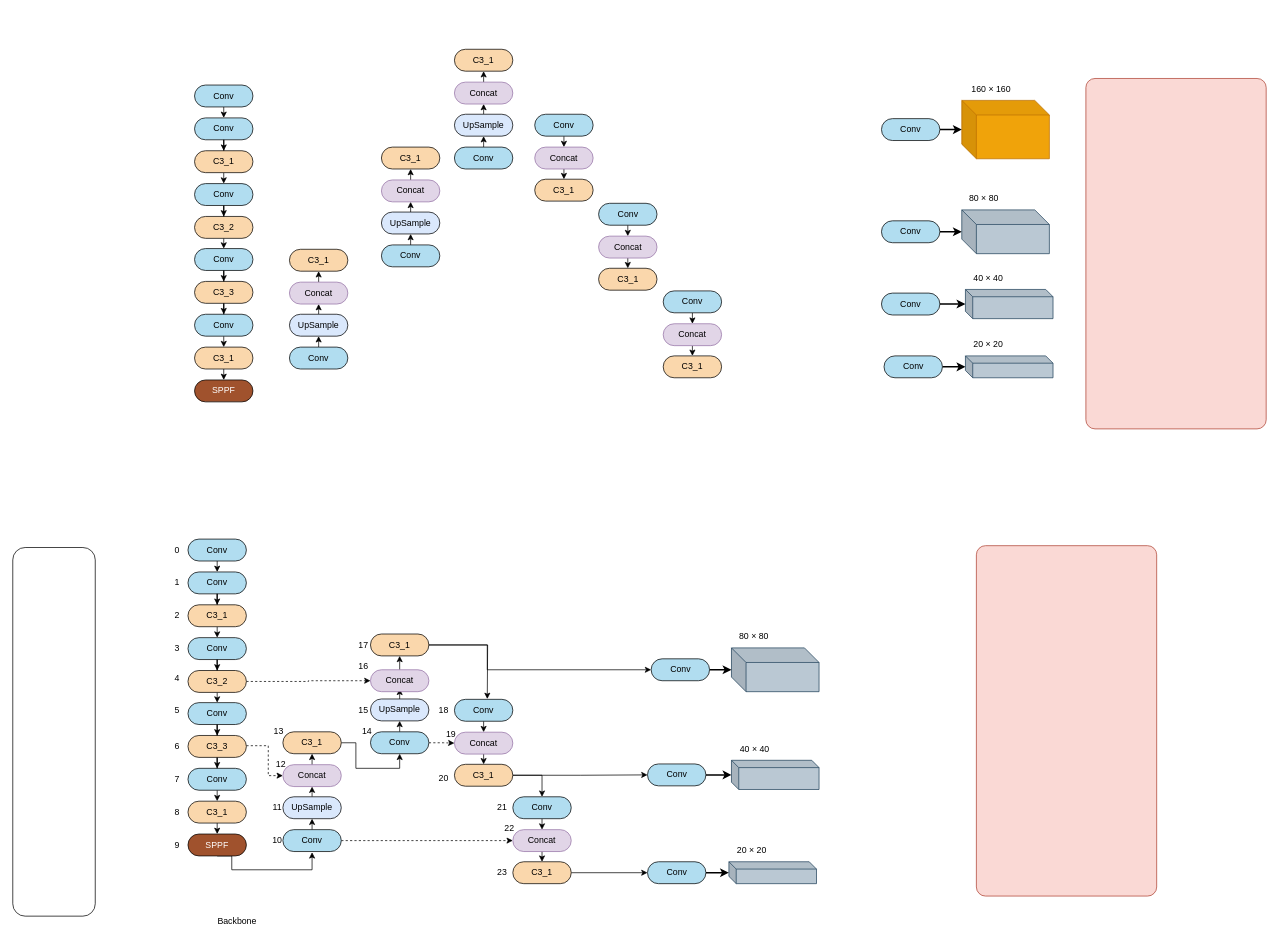
ClarkArden/drawio_repository keeps this draw.io diagram as 未命名绘图.drawio. Above is the earlier version. Source tidied: cells renumbered, new cells numbered last; positions are measured from the earlier drawing's top-left corner, leaving out a move shared by most shapes. Both pictures are drawn from the tidied source at 73%, with x=0, y=0 at pixel (12, 49).
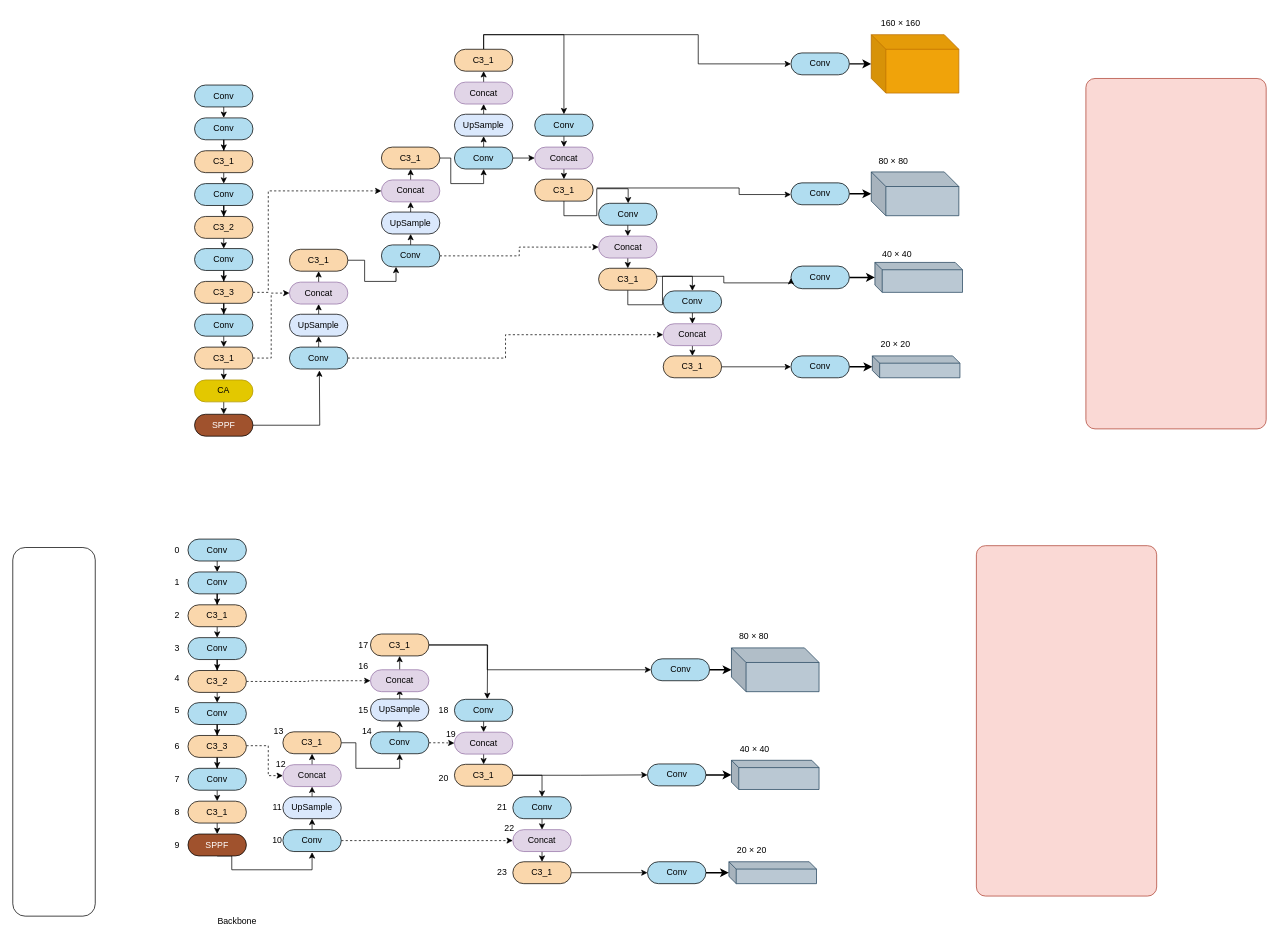
Above is the later version.

Commit message:
更新未命名绘图.drawio

The change refers to these unchanged cells:
```xml
<mxCell id="33" value="C3_3" style="rounded=1;whiteSpace=wrap;html=1;fillColor=#fad7ac;arcSize=50;strokeColor=default;labelBorderColor=none;" parent="1" vertex="1">
  <mxGeometry x="249" y="318" width="80" height="30" as="geometry" />
</mxCell>
<mxCell id="37" value="C3_1" style="rounded=1;whiteSpace=wrap;html=1;fillColor=#fad7ac;arcSize=50;strokeColor=default;labelBorderColor=none;" parent="1" vertex="1">
  <mxGeometry x="249" y="408" width="80" height="30" as="geometry" />
</mxCell>
<mxCell id="40" value="Conv" style="rounded=1;whiteSpace=wrap;html=1;fillColor=#b1ddf0;strokeColor=default;arcSize=50;labelBorderColor=none;" parent="1" vertex="1">
  <mxGeometry x="379" y="408" width="80" height="30" as="geometry" />
</mxCell>
<mxCell id="44" value="Concat" style="rounded=1;whiteSpace=wrap;html=1;fillColor=#e1d5e7;strokeColor=#9673a6;arcSize=50;labelBorderColor=none;" parent="1" vertex="1">
  <mxGeometry x="379" y="319" width="80" height="30" as="geometry" />
</mxCell>
<mxCell id="45" value="C3_1" style="rounded=1;whiteSpace=wrap;html=1;fillColor=#fad7ac;arcSize=50;strokeColor=default;labelBorderColor=none;" parent="1" vertex="1">
  <mxGeometry x="379" y="274" width="80" height="30" as="geometry" />
</mxCell>
<mxCell id="47" value="Conv" style="rounded=1;whiteSpace=wrap;html=1;fillColor=#b1ddf0;strokeColor=default;arcSize=50;labelBorderColor=none;" parent="1" vertex="1">
  <mxGeometry x="505" y="268" width="80" height="30" as="geometry" />
</mxCell>
<mxCell id="51" value="Concat" style="rounded=1;whiteSpace=wrap;html=1;fillColor=#e1d5e7;strokeColor=#9673a6;arcSize=50;labelBorderColor=none;" parent="1" vertex="1">
  <mxGeometry x="505" y="179" width="80" height="30" as="geometry" />
</mxCell>
<mxCell id="52" value="C3_1" style="rounded=1;whiteSpace=wrap;html=1;fillColor=#fad7ac;arcSize=50;strokeColor=default;labelBorderColor=none;" parent="1" vertex="1">
  <mxGeometry x="505" y="134" width="80" height="30" as="geometry" />
</mxCell>
<mxCell id="54" value="Conv" style="rounded=1;whiteSpace=wrap;html=1;fillColor=#b1ddf0;strokeColor=default;arcSize=50;labelBorderColor=none;" parent="1" vertex="1">
  <mxGeometry x="605" y="134" width="80" height="30" as="geometry" />
</mxCell>
<mxCell id="59" value="C3_1" style="rounded=1;whiteSpace=wrap;html=1;fillColor=#fad7ac;arcSize=50;strokeColor=default;labelBorderColor=none;" parent="1" vertex="1">
  <mxGeometry x="605" width="80" height="30" as="geometry" />
</mxCell>
<mxCell id="61" value="Conv" style="rounded=1;whiteSpace=wrap;html=1;fillColor=#b1ddf0;strokeColor=default;arcSize=50;labelBorderColor=none;" parent="1" vertex="1">
  <mxGeometry x="715" y="89" width="80" height="30" as="geometry" />
</mxCell>
<mxCell id="63" value="Concat" style="rounded=1;whiteSpace=wrap;html=1;fillColor=#e1d5e7;strokeColor=#9673a6;arcSize=50;labelBorderColor=none;" parent="1" vertex="1">
  <mxGeometry x="715" y="134" width="80" height="30" as="geometry" />
</mxCell>
<mxCell id="64" value="C3_1" style="rounded=1;whiteSpace=wrap;html=1;fillColor=#fad7ac;arcSize=50;strokeColor=default;labelBorderColor=none;" parent="1" vertex="1">
  <mxGeometry x="715" y="178" width="80" height="30" as="geometry" />
</mxCell>
<mxCell id="66" value="Conv" style="rounded=1;whiteSpace=wrap;html=1;fillColor=#b1ddf0;strokeColor=default;arcSize=50;labelBorderColor=none;" parent="1" vertex="1">
  <mxGeometry x="802.5" y="211" width="80" height="30" as="geometry" />
</mxCell>
<mxCell id="68" value="Concat" style="rounded=1;whiteSpace=wrap;html=1;fillColor=#e1d5e7;strokeColor=#9673a6;arcSize=50;labelBorderColor=none;" parent="1" vertex="1">
  <mxGeometry x="802.5" y="256" width="80" height="30" as="geometry" />
</mxCell>
<mxCell id="69" value="C3_1" style="rounded=1;whiteSpace=wrap;html=1;fillColor=#fad7ac;arcSize=50;strokeColor=default;labelBorderColor=none;" parent="1" vertex="1">
  <mxGeometry x="802.5" y="300" width="80" height="30" as="geometry" />
</mxCell>
<mxCell id="71" value="Conv" style="rounded=1;whiteSpace=wrap;html=1;fillColor=#b1ddf0;strokeColor=default;arcSize=50;labelBorderColor=none;" parent="1" vertex="1">
  <mxGeometry x="891" y="331" width="80" height="30" as="geometry" />
</mxCell>
<mxCell id="73" value="Concat" style="rounded=1;whiteSpace=wrap;html=1;fillColor=#e1d5e7;strokeColor=#9673a6;arcSize=50;labelBorderColor=none;" parent="1" vertex="1">
  <mxGeometry x="891" y="376" width="80" height="30" as="geometry" />
</mxCell>
<mxCell id="74" value="C3_1" style="rounded=1;whiteSpace=wrap;html=1;fillColor=#fad7ac;arcSize=50;strokeColor=default;labelBorderColor=none;" parent="1" vertex="1">
  <mxGeometry x="891" y="420" width="80" height="30" as="geometry" />
</mxCell>
```

The edit, as a diff of the source:
```diff
@@
     <mxCell id="4" style="shape=cube;whiteSpace=wrap;html=1;boundedLbl=1;backgroundOutline=1;darkOpacity=0.05;darkOpacity2=0.1;size=20;fillColor=#f0a30a;strokeColor=#BD7000;fontColor=#000000;" parent="1" vertex="1">
-      <mxGeometry x="1300" y="70" width="120" height="80" as="geometry" />
+      <mxGeometry x="1176" y="-20" width="120" height="80" as="geometry" />
     </mxCell>
     <mxCell id="5" style="shape=cube;whiteSpace=wrap;html=1;boundedLbl=1;backgroundOutline=1;darkOpacity=0.05;darkOpacity2=0.1;size=20;fillColor=#bac8d3;strokeColor=#23445d;" parent="1" vertex="1">
-      <mxGeometry x="1300" y="220" width="120" height="60" as="geometry" />
+      <mxGeometry x="1176" y="168" width="120" height="60" as="geometry" />
     </mxCell>
     <mxCell id="6" style="shape=cube;whiteSpace=wrap;html=1;boundedLbl=1;backgroundOutline=1;darkOpacity=0.05;darkOpacity2=0.1;size=10;fillColor=#bac8d3;strokeColor=#23445d;" parent="1" vertex="1">
-      <mxGeometry x="1305" y="329" width="120" height="40" as="geometry" />
+      <mxGeometry x="1181" y="292" width="120" height="41" as="geometry" />
     </mxCell>
     <mxCell id="7" style="shape=cube;whiteSpace=wrap;html=1;boundedLbl=1;backgroundOutline=1;darkOpacity=0.05;darkOpacity2=0.1;size=10;fillColor=#bac8d3;strokeColor=#23445d;" parent="1" vertex="1">
-      <mxGeometry x="1305" y="420" width="120" height="30" as="geometry" />
+      <mxGeometry x="1177.5" y="420" width="120" height="30" as="geometry" />
     </mxCell>
     <mxCell id="8" value="20 × 20" style="text;html=1;align=center;verticalAlign=middle;strokeColor=none;fillColor=none;" parent="1" vertex="1">
-      <mxGeometry x="1306" y="390" width="60" height="30" as="geometry" />
+      <mxGeometry x="1178.5" y="390" width="60" height="30" as="geometry" />
     </mxCell>
     <mxCell id="9" value="40 × 40" style="text;html=1;align=center;verticalAlign=middle;strokeColor=none;fillColor=none;" parent="1" vertex="1">
-      <mxGeometry x="1306" y="299" width="60" height="30" as="geometry" />
+      <mxGeometry x="1181" y="266" width="60" height="30" as="geometry" />
     </mxCell>
     <mxCell id="10" value="160 × 160" style="text;html=1;align=center;verticalAlign=middle;strokeColor=none;fillColor=none;" parent="1" vertex="1">
-      <mxGeometry x="1300" y="40" width="80" height="30" as="geometry" />
+      <mxGeometry x="1176" y="-50" width="80" height="30" as="geometry" />
     </mxCell>
     <mxCell id="11" value="80 × 80" style="text;html=1;align=center;verticalAlign=middle;strokeColor=none;fillColor=none;" parent="1" vertex="1">
-      <mxGeometry x="1300" y="190" width="60" height="30" as="geometry" />
+      <mxGeometry x="1176" y="138" width="60" height="30" as="geometry" />
     </mxCell>
@@
     <mxCell id="13" value="Conv" style="rounded=1;whiteSpace=wrap;html=1;fillColor=#b1ddf0;strokeColor=default;arcSize=50;" parent="1" vertex="1">
-      <mxGeometry x="1190" y="95" width="80" height="30" as="geometry" />
+      <mxGeometry x="1066" y="5" width="80" height="30" as="geometry" />
     </mxCell>
@@
     <mxCell id="15" value="Conv" style="rounded=1;whiteSpace=wrap;html=1;fillColor=#b1ddf0;strokeColor=default;arcSize=50;" parent="1" vertex="1">
-      <mxGeometry x="1193.5" y="420" width="80" height="30" as="geometry" />
+      <mxGeometry x="1066" y="420" width="80" height="30" as="geometry" />
     </mxCell>
@@
     <mxCell id="17" value="Conv" style="rounded=1;whiteSpace=wrap;html=1;fillColor=#b1ddf0;strokeColor=default;arcSize=50;" parent="1" vertex="1">
-      <mxGeometry x="1190" y="334" width="80" height="30" as="geometry" />
+      <mxGeometry x="1066" y="297" width="80" height="31" as="geometry" />
     </mxCell>
@@
     <mxCell id="19" value="Conv" style="rounded=1;whiteSpace=wrap;html=1;fillColor=#b1ddf0;strokeColor=default;arcSize=50;" parent="1" vertex="1">
-      <mxGeometry x="1190" y="235" width="80" height="30" as="geometry" />
+      <mxGeometry x="1066" y="183" width="80" height="30" as="geometry" />
     </mxCell>
@@
+    <mxCell id="167" style="edgeStyle=orthogonalEdgeStyle;rounded=0;jettySize=auto;html=1;entryX=0;entryY=0.5;entryDx=0;entryDy=0;dashed=1;" parent="1" edge="1" source="33" target="51">
+      <mxGeometry relative="1" as="geometry">
+        <Array as="points">
+          <mxPoint x="350" y="333" />
+          <mxPoint x="350" y="194" />
+        </Array>
+      </mxGeometry>
+    </mxCell>
@@
+    <mxCell id="168" style="edgeStyle=orthogonalEdgeStyle;rounded=0;jettySize=auto;html=1;entryX=0;entryY=0.5;entryDx=0;entryDy=0;dashed=1;" parent="1" edge="1" source="37" target="44">
+      <mxGeometry relative="1" as="geometry" />
+    </mxCell>
@@
+    <mxCell id="169" style="edgeStyle=orthogonalEdgeStyle;rounded=0;jettySize=auto;html=1;exitX=0.5;exitY=1;exitDx=0;exitDy=0;entryX=0.5;entryY=0;entryDx=0;entryDy=0;" parent="1" edge="1" source="38" target="183">
+      <mxGeometry relative="1" as="geometry" />
+    </mxCell>
-    <mxCell id="38" value="SPPF" style="rounded=1;whiteSpace=wrap;html=1;fillColor=#a0522d;strokeColor=default;arcSize=50;fontColor=#ffffff;labelBorderColor=none;" parent="1" vertex="1">
+    <mxCell id="38" value="CA" style="rounded=1;whiteSpace=wrap;html=1;fillColor=#e3c800;strokeColor=#B09500;arcSize=50;fontColor=#000000;labelBorderColor=none;" parent="1" vertex="1">
       <mxGeometry x="249" y="453" width="80" height="30" as="geometry" />
     </mxCell>
@@
+    <mxCell id="170" style="edgeStyle=orthogonalEdgeStyle;rounded=0;jettySize=auto;html=1;entryX=0;entryY=0.5;entryDx=0;entryDy=0;dashed=1;" parent="1" edge="1" source="40" target="73">
+      <mxGeometry relative="1" as="geometry" />
+    </mxCell>
@@
+    <mxCell id="171" style="edgeStyle=orthogonalEdgeStyle;rounded=0;jettySize=auto;html=1;entryX=0.25;entryY=1;entryDx=0;entryDy=0;" parent="1" edge="1" source="45" target="47">
+      <mxGeometry relative="1" as="geometry">
+        <Array as="points">
+          <mxPoint x="482" y="289" />
+          <mxPoint x="482" y="318" />
+          <mxPoint x="525" y="318" />
+        </Array>
+      </mxGeometry>
+    </mxCell>
@@
+    <mxCell id="172" style="edgeStyle=orthogonalEdgeStyle;rounded=0;jettySize=auto;html=1;entryX=0;entryY=0.5;entryDx=0;entryDy=0;dashed=1;" parent="1" edge="1" source="47" target="68">
+      <mxGeometry relative="1" as="geometry" />
+    </mxCell>
@@
+    <mxCell id="173" style="edgeStyle=orthogonalEdgeStyle;rounded=0;jettySize=auto;html=1;entryX=0.5;entryY=1;entryDx=0;entryDy=0;" parent="1" edge="1" source="52" target="54">
+      <mxGeometry relative="1" as="geometry">
+        <Array as="points">
+          <mxPoint x="600" y="149" />
+          <mxPoint x="600" y="184" />
+          <mxPoint x="645" y="184" />
+        </Array>
+      </mxGeometry>
+    </mxCell>
@@
+    <mxCell id="174" style="edgeStyle=orthogonalEdgeStyle;rounded=0;jettySize=auto;html=1;exitX=1;exitY=0.5;exitDx=0;exitDy=0;entryX=0;entryY=0.5;entryDx=0;entryDy=0;" parent="1" edge="1" source="54" target="63">
+      <mxGeometry relative="1" as="geometry" />
+    </mxCell>
@@
+    <mxCell id="175" style="edgeStyle=orthogonalEdgeStyle;rounded=0;jettySize=auto;html=1;entryX=0.5;entryY=0;entryDx=0;entryDy=0;exitX=0.5;exitY=0;exitDx=0;exitDy=0;" parent="1" edge="1" source="59" target="61">
+      <mxGeometry relative="1" as="geometry" />
+    </mxCell>
+    <mxCell id="176" style="edgeStyle=orthogonalEdgeStyle;rounded=0;jettySize=auto;html=1;" parent="1" edge="1" source="59" target="13">
+      <mxGeometry relative="1" as="geometry">
+        <Array as="points">
+          <mxPoint x="645" y="-20" />
+          <mxPoint x="939" y="-20" />
+          <mxPoint x="939" y="20" />
+        </Array>
+      </mxGeometry>
+    </mxCell>
@@
+    <mxCell id="177" style="edgeStyle=orthogonalEdgeStyle;rounded=0;jettySize=auto;html=1;exitX=0.5;exitY=1;exitDx=0;exitDy=0;" parent="1" edge="1" source="64" target="66">
+      <mxGeometry relative="1" as="geometry">
+        <Array as="points">
+          <mxPoint x="755" y="228" />
+          <mxPoint x="800" y="228" />
+          <mxPoint x="800" y="191" />
+          <mxPoint x="843" y="191" />
+        </Array>
+      </mxGeometry>
+    </mxCell>
+    <mxCell id="178" style="edgeStyle=orthogonalEdgeStyle;rounded=0;jettySize=auto;html=1;" parent="1" edge="1" target="19">
+      <mxGeometry relative="1" as="geometry">
+        <mxPoint x="800" y="190" as="sourcePoint" />
+        <Array as="points">
+          <mxPoint x="995" y="190" />
+          <mxPoint x="995" y="199" />
+        </Array>
+      </mxGeometry>
+    </mxCell>
@@
+    <mxCell id="179" style="edgeStyle=orthogonalEdgeStyle;rounded=0;jettySize=auto;html=1;entryX=0.5;entryY=0;entryDx=0;entryDy=0;exitX=0.5;exitY=1;exitDx=0;exitDy=0;" parent="1" edge="1" source="69" target="71">
+      <mxGeometry relative="1" as="geometry">
+        <Array as="points">
+          <mxPoint x="843" y="350" />
+          <mxPoint x="890" y="350" />
+          <mxPoint x="890" y="311" />
+          <mxPoint x="931" y="311" />
+        </Array>
+      </mxGeometry>
+    </mxCell>
+    <mxCell id="180" style="edgeStyle=orthogonalEdgeStyle;rounded=0;orthogonalLoop=1;jettySize=auto;html=1;entryX=0;entryY=0.5;entryDx=0;entryDy=0;" parent="1" edge="1">
+      <mxGeometry relative="1" as="geometry">
+        <mxPoint x="882.5" y="311" as="sourcePoint" />
+        <mxPoint x="1066" y="313.5" as="targetPoint" />
+        <Array as="points">
+          <mxPoint x="974" y="311" />
+          <mxPoint x="974" y="320" />
+        </Array>
+      </mxGeometry>
+    </mxCell>
@@
+    <mxCell id="181" style="edgeStyle=orthogonalEdgeStyle;rounded=0;jettySize=auto;html=1;entryX=0;entryY=0.5;entryDx=0;entryDy=0;" parent="1" edge="1" source="74" target="15">
+      <mxGeometry relative="1" as="geometry" />
+    </mxCell>
@@
+    <mxCell id="182" style="edgeStyle=orthogonalEdgeStyle;rounded=0;jettySize=auto;html=1;" parent="1" edge="1" source="183">
+      <mxGeometry relative="1" as="geometry">
+        <mxPoint x="420" y="440" as="targetPoint" />
+      </mxGeometry>
+    </mxCell>
+    <mxCell id="183" value="SPPF" style="rounded=1;whiteSpace=wrap;html=1;fillColor=#a0522d;strokeColor=default;arcSize=50;fontColor=#ffffff;labelBorderColor=none;" parent="1" vertex="1">
+      <mxGeometry x="249" y="500" width="80" height="30" as="geometry" />
+    </mxCell>
```
